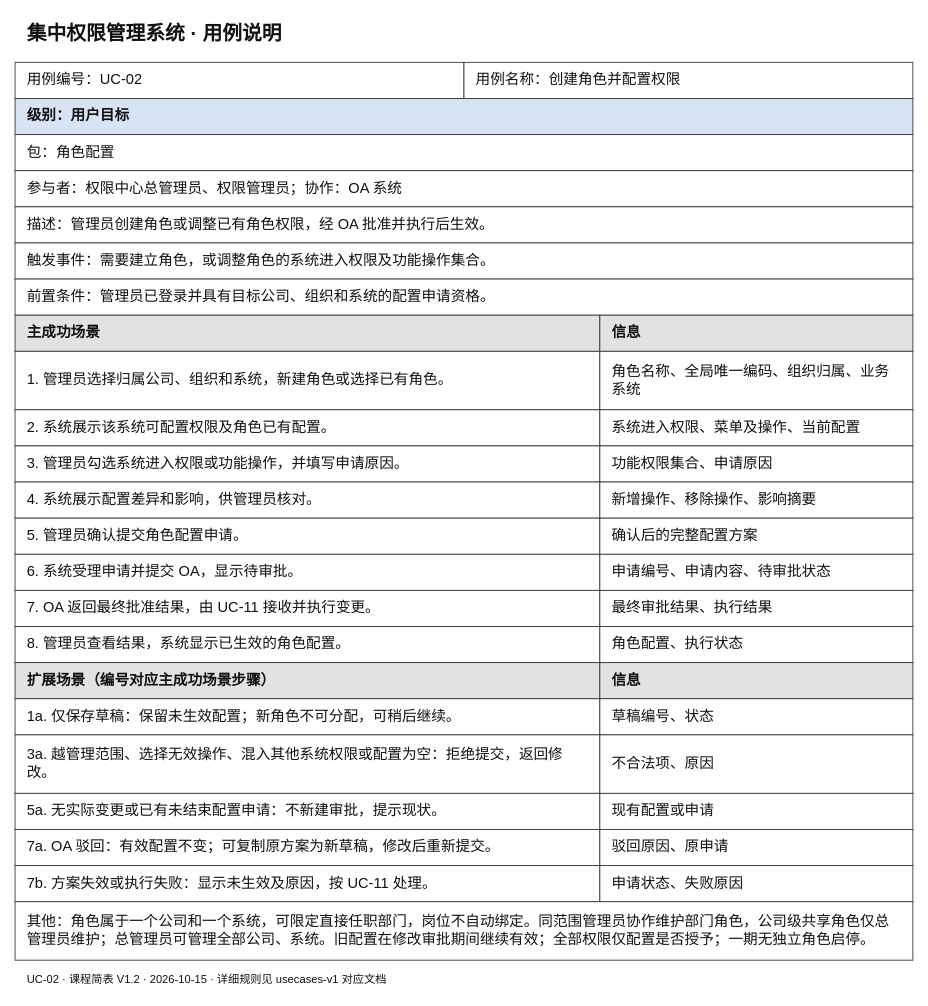
Above: page "UC-02 创建角色并配置权限" (2 of 11) of docs/01-requirements/usecase-tables-v1/权限管理系统_课程格式用例说明.drawio in Noah-hope/RBAC-admin (draw.io), before the change. Source tidied: cells renumbered, new cells numbered last; positions are measured from the earlier drawing's top-left corner, leaving out a move shared by most shapes. Both pictures are drawn from the tidied source at 86%, with x=0, y=0 at pixel (15, 15).
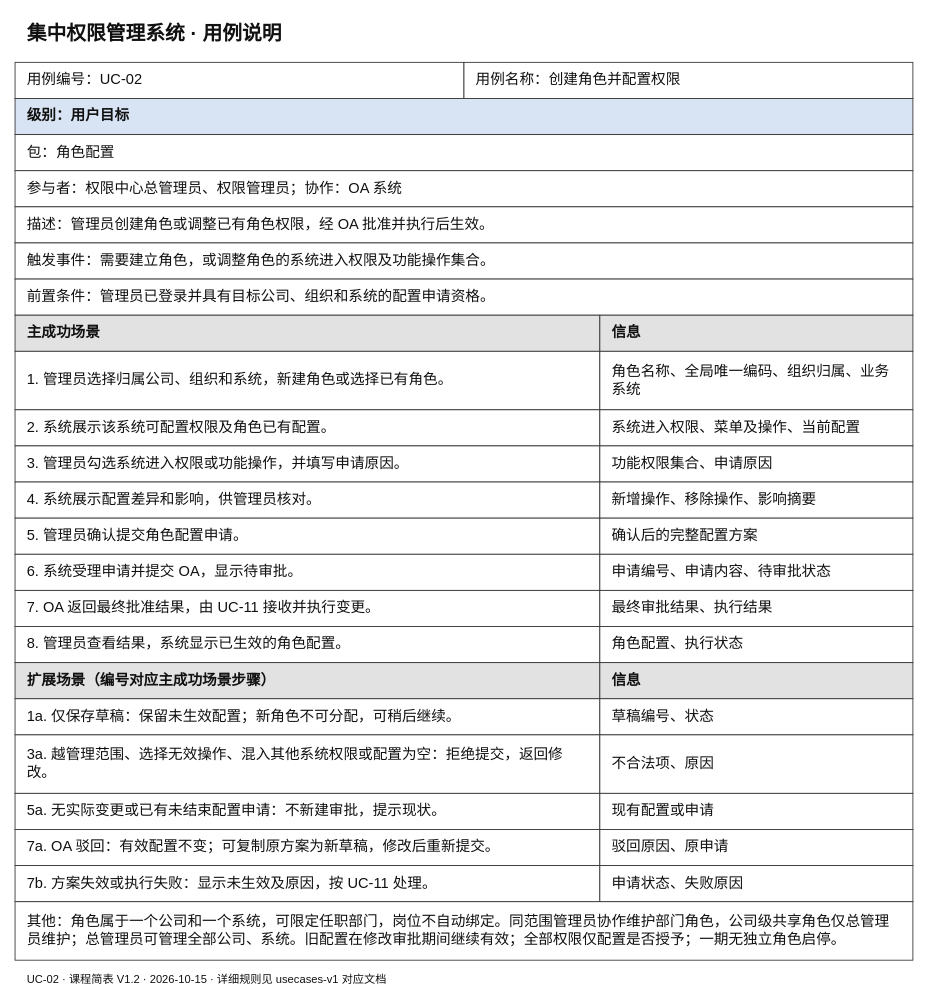
After the change.

Change to the diagram source:
```diff
@@
-    <mxCell id="41" value="其他：角色属于一个公司和一个系统，可限定直接任职部门，岗位不自动绑定。同范围管理员协作维护部门角色，公司级共享角色仅总管理员维护；总管理员可管理全部公司、系统。旧配置在修改审批期间继续有效；全部权限仅配置是否授予；一期无独立角色启停。" style="rounded=0;whiteSpace=wrap;html=0;fontFamily=Microsoft YaHei;fontSize=17;fontColor=#111111;align=left;verticalAlign=middle;spacingLeft=12;spacingRight=12;spacingTop=8;spacingBottom=8;fillColor=#ffffff;strokeColor=#333333;fontStyle=0;" parent="1" vertex="1">
+    <mxCell id="41" value="其他：角色属于一个公司和一个系统，可限定任职部门，岗位不自动绑定。同范围管理员协作维护部门角色，公司级共享角色仅总管理员维护；总管理员可管理全部公司、系统。旧配置在修改审批期间继续有效；全部权限仅配置是否授予；一期无独立角色启停。" style="rounded=0;whiteSpace=wrap;html=0;fontFamily=Microsoft YaHei;fontSize=17;fontColor=#111111;align=left;verticalAlign=middle;spacingLeft=12;spacingRight=12;spacingTop=8;spacingBottom=8;fillColor=#ffffff;strokeColor=#333333;fontStyle=0;" parent="1" vertex="1">
       <mxGeometry y="1031" width="1044" height="68" as="geometry" />
     </mxCell>
```
